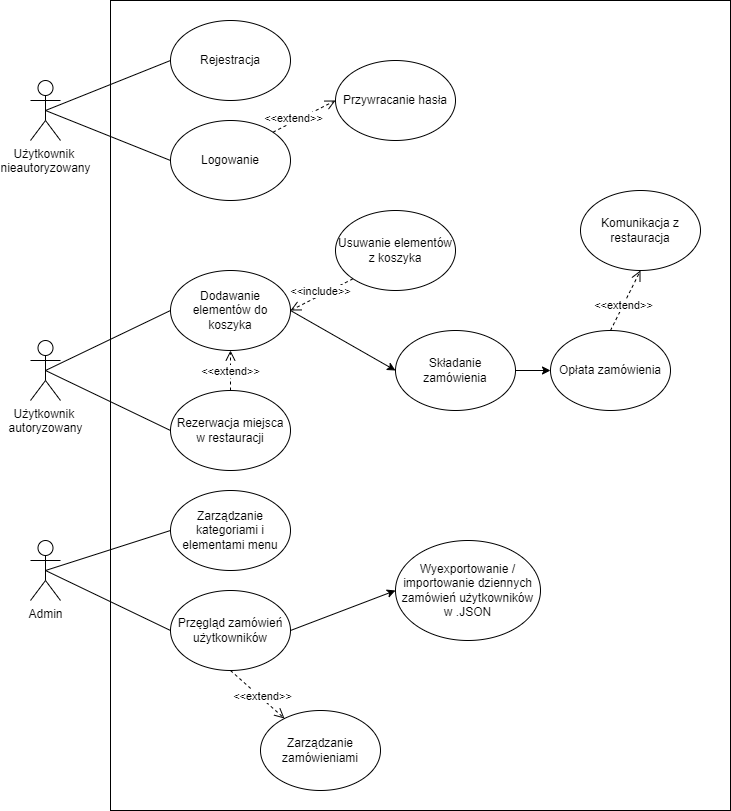
Before: Diagrams/diagram przypadkow uzycia.drawio.png, a diagram exported from draw.io (yurii-shchehliuk/ECommerce-Restaurant). Source tidied: cells renumbered, new cells last; positions are measured from the earlier drawing's top-left corner, leaving out a move shared by most shapes.
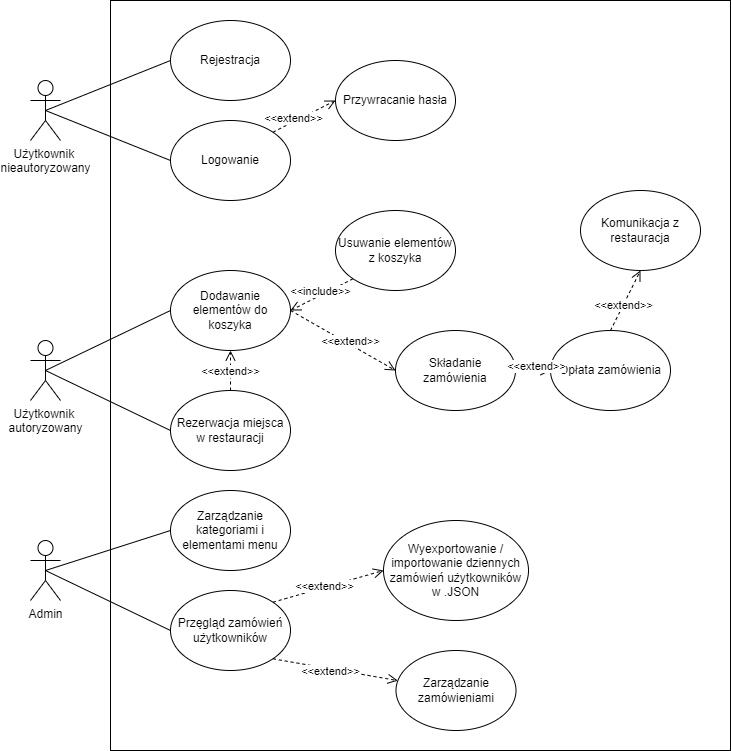
The same file after the commit.

Change to the diagram source:
```diff
@@ -6,7 +6,7 @@
       <mxGeometry y="80" width="30" height="60" as="geometry" />
     </mxCell>
     <mxCell id="3" style="rounded=0;whiteSpace=wrap;html=1;" parent="1" vertex="1">
-      <mxGeometry x="80" width="620" height="810" as="geometry" />
+      <mxGeometry x="80" width="620" height="750" as="geometry" />
     </mxCell>
     <mxCell id="4" value="Rejestracja" style="ellipse;whiteSpace=wrap;html=1;" parent="1" vertex="1">
       <mxGeometry x="140" y="20" width="120" height="80" as="geometry" />
@@ -17,9 +17,6 @@
     <mxCell id="6" value="Dodawanie elementów do koszyka" style="ellipse;whiteSpace=wrap;html=1;" parent="1" vertex="1">
       <mxGeometry x="140" y="270" width="120" height="80" as="geometry" />
     </mxCell>
-    <mxCell id="7" style="endArrow=classic;html=1;rounded=0;exitX=1;exitY=0.5;exitDx=0;exitDy=0;entryX=0;entryY=0.5;entryDx=0;entryDy=0;" parent="1" edge="1" source="8" target="14">
-      <mxGeometry relative="1" as="geometry" />
-    </mxCell>
     <mxCell id="8" value="Składanie zamówienia" style="ellipse;whiteSpace=wrap;html=1;" parent="1" vertex="1">
       <mxGeometry x="365" y="330" width="120" height="80" as="geometry" />
     </mxCell>
@@ -54,10 +51,10 @@
       <mxGeometry x="140" y="590" width="120" height="80" as="geometry" />
     </mxCell>
     <mxCell id="19" value="Wyexportowanie /&lt;br&gt;importowanie dziennych zamówień użytkowników w .JSON" style="ellipse;whiteSpace=wrap;html=1;" parent="1" vertex="1">
-      <mxGeometry x="365" y="540" width="145" height="100" as="geometry" />
+      <mxGeometry x="353" y="520" width="145" height="100" as="geometry" />
     </mxCell>
     <mxCell id="20" value="Zarządzanie zamówieniami" style="ellipse;whiteSpace=wrap;html=1;" parent="1" vertex="1">
-      <mxGeometry x="230" y="710" width="120" height="80" as="geometry" />
+      <mxGeometry x="365.5" y="650" width="120" height="80" as="geometry" />
     </mxCell>
     <mxCell id="21" value="Rezerwacja miejsca w restauracji" style="ellipse;whiteSpace=wrap;html=1;" parent="1" vertex="1">
       <mxGeometry x="140" y="390" width="120" height="80" as="geometry" />
@@ -80,20 +77,25 @@
     <mxCell id="27" style="endArrow=none;html=1;rounded=0;exitX=0.5;exitY=0.5;exitDx=0;exitDy=0;exitPerimeter=0;entryX=0;entryY=0.5;entryDx=0;entryDy=0;" parent="1" edge="1" source="2" target="4">
       <mxGeometry relative="1" as="geometry" />
     </mxCell>
-    <mxCell id="28" style="endArrow=classic;html=1;rounded=0;exitX=1;exitY=0.5;exitDx=0;exitDy=0;entryX=0;entryY=0.5;entryDx=0;entryDy=0;" parent="1" edge="1" source="6" target="8">
-      <mxGeometry relative="1" as="geometry" />
-    </mxCell>
     <mxCell id="29" style="endArrow=none;html=1;rounded=0;exitX=0.5;exitY=0.5;exitDx=0;exitDy=0;exitPerimeter=0;entryX=0;entryY=0.5;entryDx=0;entryDy=0;" parent="1" edge="1" source="9" target="17">
       <mxGeometry relative="1" as="geometry" />
     </mxCell>
     <mxCell id="30" style="endArrow=none;html=1;rounded=0;exitX=0.5;exitY=0.5;exitDx=0;exitDy=0;exitPerimeter=0;entryX=0;entryY=0.5;entryDx=0;entryDy=0;" parent="1" edge="1" source="9" target="18">
       <mxGeometry relative="1" as="geometry" />
     </mxCell>
-    <mxCell id="31" value="&amp;lt;&amp;lt;extend&amp;gt;&amp;gt;" style="html=1;verticalAlign=bottom;endArrow=open;dashed=1;endSize=8;rounded=0;exitX=0.5;exitY=1;exitDx=0;exitDy=0;" parent="1" edge="1" source="18" target="20">
-      <mxGeometry x="0.3" y="-5" relative="1" as="geometry" />
+    <mxCell id="31" value="&amp;lt;&amp;lt;extend&amp;gt;&amp;gt;" style="html=1;verticalAlign=bottom;endArrow=open;dashed=1;endSize=8;rounded=0;exitX=1;exitY=1;exitDx=0;exitDy=0;" parent="1" edge="1" source="18" target="20">
+      <mxGeometry x="-0.05" y="-11" relative="1" as="geometry">
+        <mxPoint y="1" as="offset" />
+      </mxGeometry>
     </mxCell>
+    <mxCell id="28" value="&amp;lt;&amp;lt;extend&amp;gt;&amp;gt;" style="html=1;verticalAlign=bottom;endArrow=open;dashed=1;endSize=8;rounded=0;exitX=1;exitY=0.5;exitDx=0;exitDy=0;entryX=0;entryY=0.5;entryDx=0;entryDy=0;" parent="1" edge="1" source="6" target="8">
+      <mxGeometry x="0.19" y="-5" relative="1" as="geometry" />
+    </mxCell>
+    <mxCell id="7" value="&amp;lt;&amp;lt;extend&amp;gt;&amp;gt;" style="html=1;verticalAlign=bottom;endArrow=open;dashed=1;endSize=8;rounded=0;exitX=1;exitY=0.5;exitDx=0;exitDy=0;entryX=0;entryY=0.5;entryDx=0;entryDy=0;" parent="1" edge="1" source="8" target="14">
+      <mxGeometry x="0.19" y="-5" relative="1" as="geometry" />
+    </mxCell>
-    <mxCell id="32" style="endArrow=classic;html=1;rounded=0;exitX=1;exitY=0.5;exitDx=0;exitDy=0;entryX=0;entryY=0.5;entryDx=0;entryDy=0;" parent="1" edge="1" source="18" target="19">
-      <mxGeometry relative="1" as="geometry" />
+    <mxCell id="32" value="&amp;lt;&amp;lt;extend&amp;gt;&amp;gt;" style="html=1;verticalAlign=bottom;endArrow=open;dashed=1;endSize=8;rounded=0;entryX=0;entryY=0.5;entryDx=0;entryDy=0;exitX=1;exitY=0;exitDx=0;exitDy=0;" parent="1" edge="1" source="18" target="19">
+      <mxGeometry x="-0.1" y="-8" relative="1" as="geometry" />
     </mxCell>
   </root>
 </mxGraphModel>
```
